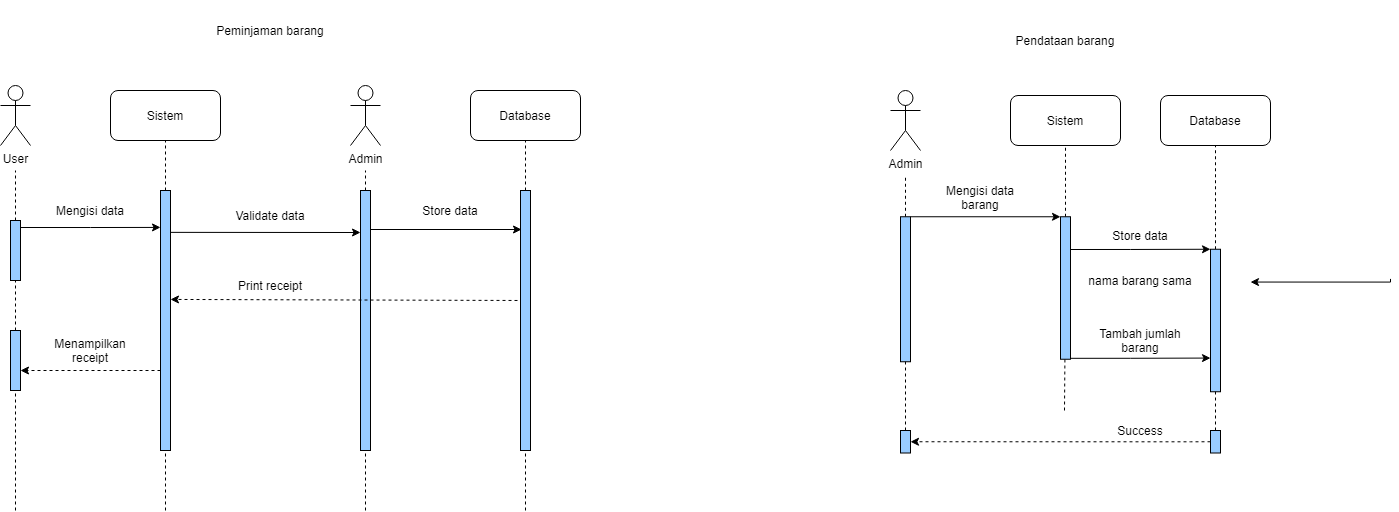
Above: diagrams/Sequence Diagram.drawio.png in johannfac/aplikasipeminjamanaset (draw.io), before the change. Source tidied: cells renumbered, new cells last; positions are measured from the earlier drawing's top-left corner, leaving out a move shared by most shapes.
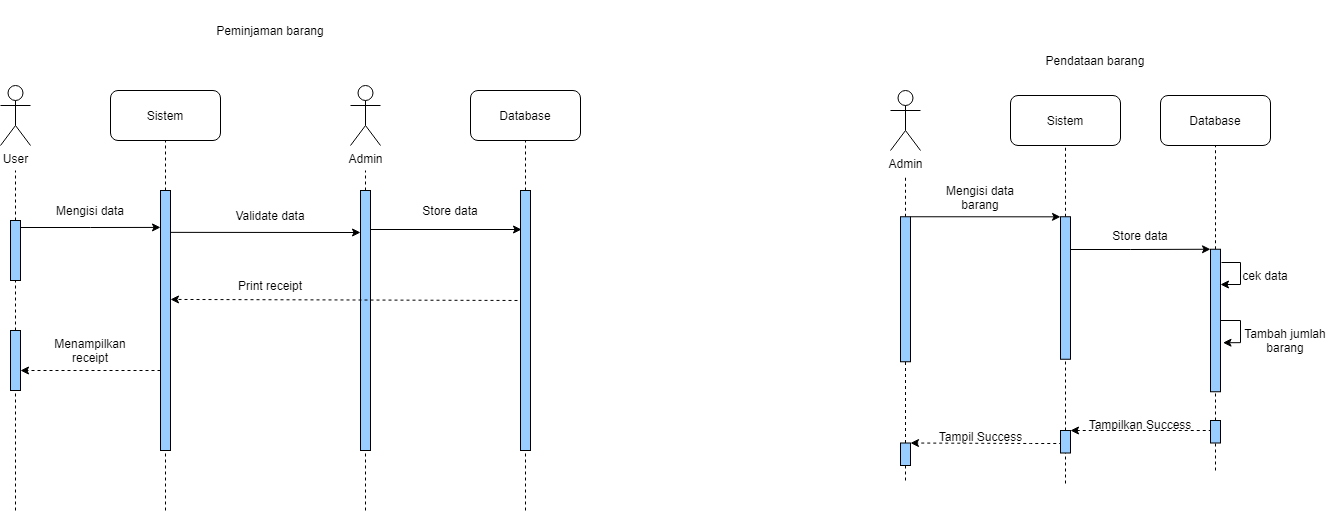
Above is the later version.

Diff of the diagram source:
```diff
@@ -6,7 +6,7 @@
       <mxGeometry x="160" width="220" height="60" as="geometry" />
     </mxCell>
     <mxCell id="3" value="Pendataan barang" style="text;html=1;strokeColor=none;fillColor=none;align=center;verticalAlign=middle;whiteSpace=wrap;rounded=0;" parent="1" vertex="1">
-      <mxGeometry x="950" y="10" width="230" height="60" as="geometry" />
+      <mxGeometry x="980" y="50" width="230" height="20" as="geometry" />
     </mxCell>
     <mxCell id="4" value="Sistem" style="rounded=1;whiteSpace=wrap;html=1;" parent="1" vertex="1">
       <mxGeometry x="110" y="90" width="110" height="50" as="geometry" />
@@ -149,7 +149,7 @@
     <mxCell id="39" style="rounded=0;whiteSpace=wrap;html=1;fillColor=#99CCFF;" parent="1" vertex="1">
       <mxGeometry x="900" y="216.2" width="10" height="145" as="geometry" />
     </mxCell>
-    <mxCell id="40" style="endArrow=none;dashed=1;html=1;rounded=0;exitX=0.5;exitY=0;exitDx=0;exitDy=0;" parent="1" edge="1" source="58" target="39">
+    <mxCell id="40" style="endArrow=none;dashed=1;html=1;rounded=0;" parent="1" edge="1" source="62" target="39">
       <mxGeometry relative="1" as="geometry" />
     </mxCell>
     <mxCell id="41" style="rounded=0;whiteSpace=wrap;html=1;fillColor=#99CCFF;" parent="1" vertex="1">
@@ -176,61 +176,93 @@
     <mxCell id="46" style="edgeStyle=orthogonalEdgeStyle;rounded=0;orthogonalLoop=1;jettySize=auto;html=1;exitX=0.5;exitY=1;exitDx=0;exitDy=0;dashed=1;" parent="1" edge="1" source="45" target="45">
       <mxGeometry relative="1" as="geometry" />
     </mxCell>
-    <mxCell id="47" style="edgeStyle=orthogonalEdgeStyle;rounded=0;orthogonalLoop=1;jettySize=auto;html=1;exitX=0;exitY=0.25;exitDx=0;exitDy=0;entryX=1;entryY=0.5;entryDx=0;entryDy=0;" parent="1" edge="1">
+    <mxCell id="47" style="edgeStyle=orthogonalEdgeStyle;rounded=0;orthogonalLoop=1;jettySize=auto;html=1;exitX=1.103;exitY=0.093;exitDx=0;exitDy=0;entryX=1;entryY=0.25;entryDx=0;entryDy=0;exitPerimeter=0;" parent="1" edge="1" source="48" target="48">
       <mxGeometry relative="1" as="geometry">
-        <mxPoint x="1390" y="278.4" as="sourcePoint" />
-        <mxPoint x="1250" y="281.6" as="targetPoint" />
         <Array as="points">
-          <mxPoint x="1390" y="282.1" />
+          <mxPoint x="1240" y="262" />
+          <mxPoint x="1240" y="284" />
+          <mxPoint x="1220" y="284" />
         </Array>
       </mxGeometry>
     </mxCell>
     <mxCell id="48" style="rounded=0;whiteSpace=wrap;html=1;fillColor=#99CCFF;" parent="1" vertex="1">
       <mxGeometry x="1210" y="248.8" width="10" height="142.5" as="geometry" />
     </mxCell>
-    <mxCell id="49" value="nama barang sama" style="text;html=1;strokeColor=none;fillColor=none;align=center;verticalAlign=middle;whiteSpace=wrap;rounded=0;" parent="1" vertex="1">
-      <mxGeometry x="1085" y="270" width="110" height="20" as="geometry" />
+    <mxCell id="49" value="cek data" style="text;html=1;strokeColor=none;fillColor=none;align=center;verticalAlign=middle;whiteSpace=wrap;rounded=0;" parent="1" vertex="1">
+      <mxGeometry x="1240" y="270" width="50" height="10" as="geometry" />
     </mxCell>
-    <mxCell id="50" style="edgeStyle=orthogonalEdgeStyle;rounded=0;orthogonalLoop=1;jettySize=auto;html=1;entryX=0;entryY=0;entryDx=0;entryDy=0;" parent="1" edge="1">
+    <mxCell id="50" style="edgeStyle=orthogonalEdgeStyle;rounded=0;orthogonalLoop=1;jettySize=auto;html=1;entryX=1.25;entryY=0.656;entryDx=0;entryDy=0;exitX=1;exitY=0.5;exitDx=0;exitDy=0;entryPerimeter=0;" parent="1" edge="1" source="48" target="48">
       <mxGeometry relative="1" as="geometry">
-        <mxPoint x="1070" y="357.8" as="sourcePoint" />
-        <mxPoint x="1210" y="357.6" as="targetPoint" />
         <Array as="points">
-          <mxPoint x="1130" y="357.8" />
-          <mxPoint x="1130" y="357.8" />
+          <mxPoint x="1240" y="320" />
+          <mxPoint x="1240" y="342" />
         </Array>
       </mxGeometry>
     </mxCell>
     <mxCell id="51" value="Tambah jumlah barang" style="text;html=1;strokeColor=none;fillColor=none;align=center;verticalAlign=middle;whiteSpace=wrap;rounded=0;" parent="1" vertex="1">
-      <mxGeometry x="1090" y="330" width="100" height="20" as="geometry" />
+      <mxGeometry x="1240" y="330" width="90" height="20" as="geometry" />
     </mxCell>
     <mxCell id="52" style="edgeStyle=orthogonalEdgeStyle;rounded=0;orthogonalLoop=1;jettySize=auto;html=1;exitX=0.5;exitY=1;exitDx=0;exitDy=0;dashed=1;" parent="1" edge="1" source="51" target="51">
       <mxGeometry relative="1" as="geometry" />
     </mxCell>
-    <mxCell id="53" style="endArrow=none;dashed=1;html=1;rounded=0;" parent="1" edge="1" target="41">
-      <mxGeometry relative="1" as="geometry">
-        <mxPoint x="1064" y="410" as="sourcePoint" />
-      </mxGeometry>
+    <mxCell id="53" style="endArrow=none;dashed=1;html=1;rounded=0;exitX=0.5;exitY=0;exitDx=0;exitDy=0;" parent="1" edge="1" source="58" target="41">
+      <mxGeometry relative="1" as="geometry" />
     </mxCell>
     <mxCell id="54" style="endArrow=none;dashed=1;html=1;rounded=0;exitX=0.5;exitY=0;exitDx=0;exitDy=0;" parent="1" edge="1" source="55" target="48">
       <mxGeometry relative="1" as="geometry" />
     </mxCell>
+    <mxCell id="56" style="edgeStyle=orthogonalEdgeStyle;rounded=0;jettySize=auto;html=1;entryX=1;entryY=0;entryDx=0;entryDy=0;dashed=1;exitX=0;exitY=0.5;exitDx=0;exitDy=0;" parent="1" edge="1" source="55" target="58">
+      <mxGeometry relative="1" as="geometry">
+        <Array as="points">
+          <mxPoint x="1210" y="430" />
+        </Array>
+      </mxGeometry>
+    </mxCell>
     <mxCell id="55" style="rounded=0;whiteSpace=wrap;html=1;fillColor=#99CCFF;" parent="1" vertex="1">
-      <mxGeometry x="1210" y="430" width="10" height="22.5" as="geometry" />
+      <mxGeometry x="1210" y="420" width="10" height="22.5" as="geometry" />
     </mxCell>
-    <mxCell id="56" style="edgeStyle=orthogonalEdgeStyle;rounded=0;jettySize=auto;html=1;entryX=1;entryY=0.5;entryDx=0;entryDy=0;dashed=1;exitX=0;exitY=0.5;exitDx=0;exitDy=0;" parent="1" edge="1" source="55" target="58">
-      <mxGeometry relative="1" as="geometry">
-        <Array as="points">
-          <mxPoint x="1190" y="441" />
-          <mxPoint x="910" y="441" />
-        </Array>
-      </mxGeometry>
-    </mxCell>
-    <mxCell id="57" value="Success" style="text;html=1;strokeColor=none;fillColor=none;align=center;verticalAlign=middle;whiteSpace=wrap;rounded=0;" parent="1" vertex="1">
-      <mxGeometry x="1085" y="420" width="110" height="20" as="geometry" />
-    </mxCell>
     <mxCell id="58" style="rounded=0;whiteSpace=wrap;html=1;fillColor=#99CCFF;" parent="1" vertex="1">
-      <mxGeometry x="900" y="430" width="10" height="22.5" as="geometry" />
+      <mxGeometry x="1060" y="430" width="10" height="22.5" as="geometry" />
     </mxCell>
+    <mxCell id="59" style="endArrow=none;dashed=1;html=1;rounded=0;startArrow=none;" parent="1" edge="1" source="62">
+      <mxGeometry relative="1" as="geometry">
+        <mxPoint x="905" y="450" as="targetPoint" />
+      </mxGeometry>
+    </mxCell>
+    <mxCell id="60" style="endArrow=none;dashed=1;html=1;rounded=0;entryX=0.5;entryY=1;entryDx=0;entryDy=0;" parent="1" edge="1" target="55">
+      <mxGeometry relative="1" as="geometry">
+        <mxPoint x="1215" y="470" as="sourcePoint" />
+      </mxGeometry>
+    </mxCell>
+    <mxCell id="61" style="edgeStyle=orthogonalEdgeStyle;rounded=0;jettySize=auto;html=1;dashed=1;exitX=0;exitY=0.5;exitDx=0;exitDy=0;entryX=1;entryY=0;entryDx=0;entryDy=0;" parent="1" edge="1" source="58" target="62">
+      <mxGeometry relative="1" as="geometry">
+        <Array as="points">
+          <mxPoint x="1060" y="443" />
+          <mxPoint x="1030" y="443" />
+        </Array>
+      </mxGeometry>
+    </mxCell>
+    <mxCell id="62" style="rounded=0;whiteSpace=wrap;html=1;fillColor=#99CCFF;" parent="1" vertex="1">
+      <mxGeometry x="900" y="442.5" width="10" height="22.5" as="geometry" />
+    </mxCell>
+    <mxCell id="63" value="Tampil Success" style="text;html=1;strokeColor=none;fillColor=none;align=center;verticalAlign=middle;whiteSpace=wrap;rounded=0;" parent="1" vertex="1">
+      <mxGeometry x="932.5" y="430" width="95" height="12.5" as="geometry" />
+    </mxCell>
+    <mxCell id="64" value="Tampilkan Success" style="text;html=1;strokeColor=none;fillColor=none;align=center;verticalAlign=middle;whiteSpace=wrap;rounded=0;" parent="1" vertex="1">
+      <mxGeometry x="1085" y="417.5" width="110" height="12.5" as="geometry" />
+    </mxCell>
+    <mxCell id="65" style="endArrow=none;dashed=1;html=1;rounded=0;entryX=0.5;entryY=1;entryDx=0;entryDy=0;" parent="1" edge="1" target="58">
+      <mxGeometry relative="1" as="geometry">
+        <mxPoint x="1065" y="483" as="sourcePoint" />
+        <Array as="points">
+          <mxPoint x="1064.7" y="482.5" />
+        </Array>
+      </mxGeometry>
+    </mxCell>
+    <mxCell id="66" style="endArrow=none;dashed=1;html=1;rounded=0;entryX=0.5;entryY=1;entryDx=0;entryDy=0;" parent="1" edge="1" target="62">
+      <mxGeometry relative="1" as="geometry">
+        <mxPoint x="905" y="480" as="sourcePoint" />
+      </mxGeometry>
+    </mxCell>
   </root>
 </mxGraphModel>
```
